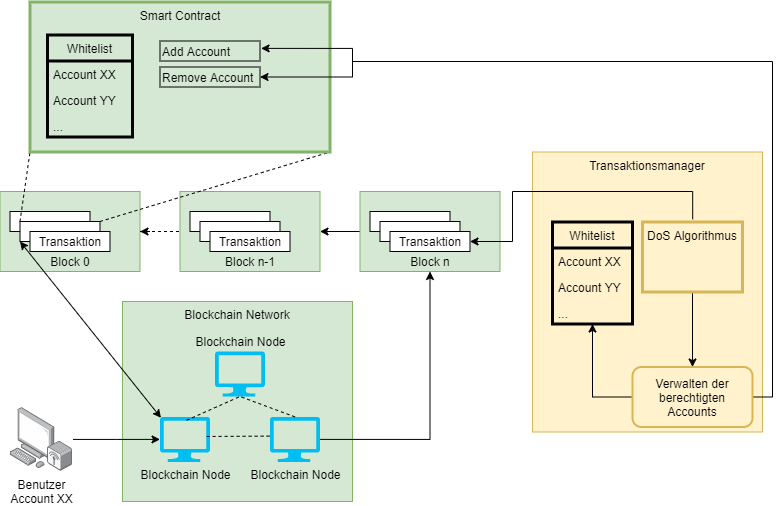
This is Report/images/overview_blockchain_txmanager.png from Geryones/BlockChain_TransactionManager, a draw.io export, as it was before one commit. Source tidied: cells renumbered, new cells last; positions are measured from the earlier drawing's top-left corner, leaving out a move shared by most shapes.
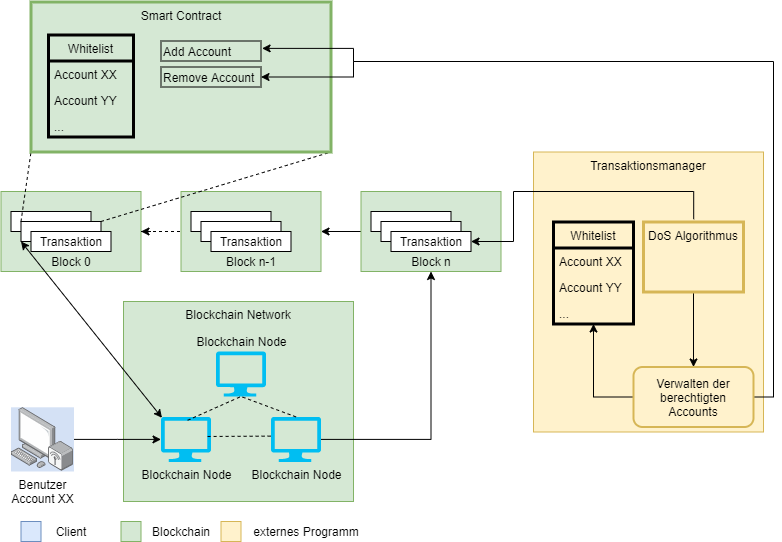
The same diagram one commit later.

The edit, as a diff of the source:
```diff
@@ -29,7 +29,7 @@
     <mxCell id="10" style="edgeStyle=orthogonalEdgeStyle;rounded=0;jettySize=auto;html=1;entryX=0;entryY=0.5;entryDx=0;entryDy=0;entryPerimeter=0;" parent="1" edge="1" source="11" target="4">
       <mxGeometry x="-0.26" relative="1" as="geometry" />
     </mxCell>
-    <mxCell id="11" value="Benutzer&lt;br&gt;Account XX" style="points=[];html=1;align=center;shadow=0;dashed=0;image;image=img/lib/allied_telesis/computer_and_terminals/Personal_Computer_Wireless.svg;" parent="1" vertex="1">
+    <mxCell id="11" value="Benutzer&lt;br&gt;Account XX" style="points=[];html=1;align=center;shadow=0;dashed=0;image;image=img/lib/allied_telesis/computer_and_terminals/Personal_Computer_Wireless.svg;imageBackground=#D4E1F5;" parent="1" vertex="1">
       <mxGeometry x="9.5" y="405.8" width="63" height="64.2" as="geometry" />
     </mxCell>
     <mxCell id="12" value="Block 0" style="rounded=0;whiteSpace=wrap;html=1;verticalAlign=bottom;fillColor=#d5e8d4;strokeColor=#82b366;" parent="1" vertex="1">
@@ -164,5 +164,23 @@
         </Array>
       </mxGeometry>
     </mxCell>
+    <mxCell id="49" style="rounded=0;whiteSpace=wrap;html=1;fillColor=#dae8fc;strokeColor=#6c8ebf;" parent="1" vertex="1">
+      <mxGeometry x="19.5" y="520" width="20" height="20" as="geometry" />
+    </mxCell>
+    <mxCell id="50" value="Client" style="text;html=1;strokeColor=none;fillColor=none;align=center;verticalAlign=middle;whiteSpace=wrap;rounded=0;" parent="1" vertex="1">
+      <mxGeometry x="49.5" y="520" width="40" height="20" as="geometry" />
+    </mxCell>
+    <mxCell id="51" style="rounded=0;whiteSpace=wrap;html=1;fillColor=#d5e8d4;strokeColor=#82b366;" parent="1" vertex="1">
+      <mxGeometry x="119.5" y="520" width="20" height="20" as="geometry" />
+    </mxCell>
+    <mxCell id="52" value="Blockchain" style="text;html=1;align=center;verticalAlign=middle;whiteSpace=wrap;rounded=0;" parent="1" vertex="1">
+      <mxGeometry x="159.5" y="520" width="40" height="20" as="geometry" />
+    </mxCell>
+    <mxCell id="53" value="externes Programm" style="text;html=1;strokeColor=none;fillColor=none;align=center;verticalAlign=middle;whiteSpace=wrap;rounded=0;" parent="1" vertex="1">
+      <mxGeometry x="249.5" y="520" width="110" height="20" as="geometry" />
+    </mxCell>
+    <mxCell id="54" style="rounded=0;whiteSpace=wrap;html=1;fillColor=#fff2cc;strokeColor=#d6b656;" parent="1" vertex="1">
+      <mxGeometry x="219.5" y="520" width="20" height="20" as="geometry" />
+    </mxCell>
   </root>
 </mxGraphModel>
```
